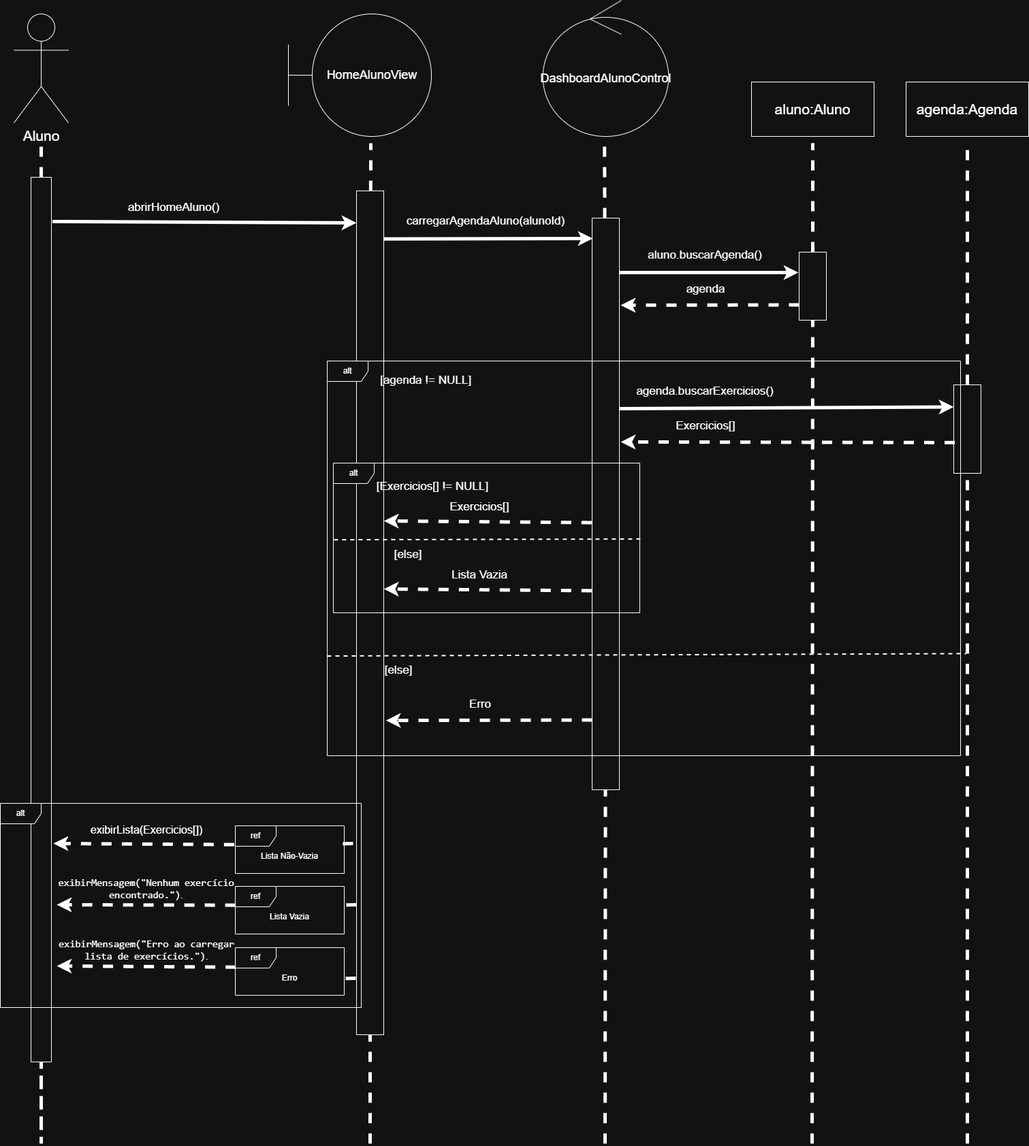
GabrielPaduan/Treino_Exato keeps this draw.io diagram as docs/engenharia-software-2/diagrama_de_sequencia/fase_analise/Página inicial do Aluno - Fase de análise.png. Above is the earlier version. Source tidied: cells renumbered, new cells last; positions are measured from the earlier drawing's top-left corner, leaving out a move shared by most shapes.
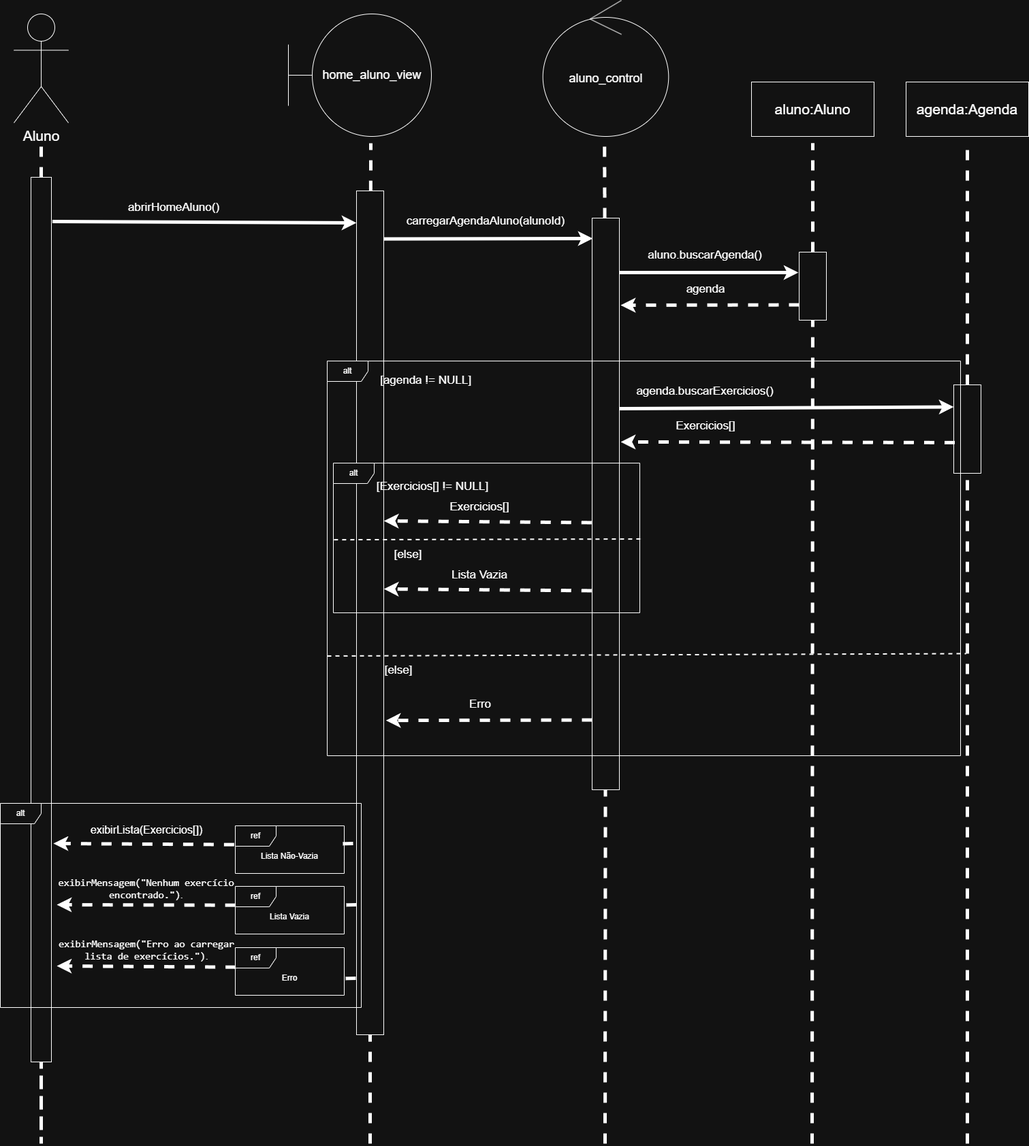
The same diagram one commit later.

Diff of the diagram source:
```diff
@@ -2,10 +2,10 @@
   <root>
     <mxCell id="0" />
     <mxCell id="1" parent="0" />
-    <mxCell id="2" value="&lt;font style=&quot;font-size: 18px;&quot;&gt;HomeAlunoView&lt;/font&gt;" style="shape=umlBoundary;whiteSpace=wrap;html=1;" parent="1" vertex="1">
+    <mxCell id="2" value="&lt;font style=&quot;font-size: 18px;&quot;&gt;home_aluno_view&lt;/font&gt;" style="shape=umlBoundary;whiteSpace=wrap;html=1;" parent="1" vertex="1">
       <mxGeometry x="423" y="20" width="210" height="180" as="geometry" />
     </mxCell>
-    <mxCell id="3" value="&lt;font style=&quot;font-size: 18px;&quot;&gt;DashboardAlunoControl&lt;/font&gt;" style="ellipse;shape=umlControl;whiteSpace=wrap;html=1;fontSize=21;" parent="1" vertex="1">
+    <mxCell id="3" value="&lt;font style=&quot;font-size: 18px;&quot;&gt;aluno_control&lt;/font&gt;" style="ellipse;shape=umlControl;whiteSpace=wrap;html=1;fontSize=21;" parent="1" vertex="1">
       <mxGeometry x="796.7" width="184.6" height="200" as="geometry" />
     </mxCell>
     <mxCell id="4" style="endArrow=none;dashed=1;html=1;rounded=0;strokeWidth=5;" parent="1" edge="1" source="9">
```
